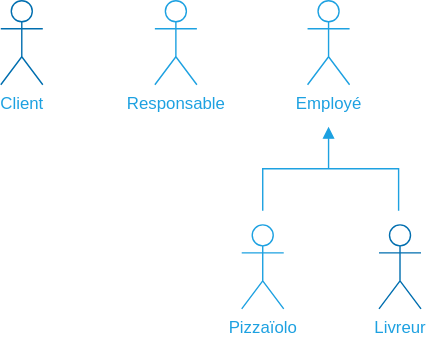
centvingt/OCPizzaRedaction keeps this draw.io diagram as img/figure_system-actors.svg. Above is the earlier version. Source tidied: cells renumbered, new cells last; positions are measured from the earlier drawing's top-left corner, leaving out a move shared by most shapes.
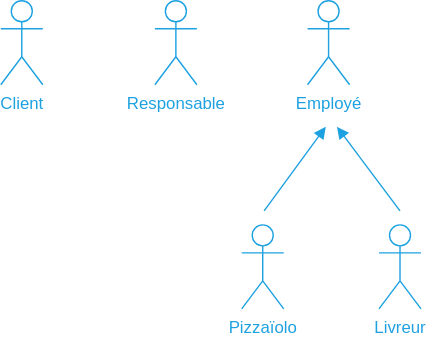
After the change.

What changed in the source:
```diff
@@ -2,39 +2,29 @@
   <root>
     <mxCell id="0" />
     <mxCell id="1" value="Application" parent="0" />
-    <mxCell id="2" value="&lt;font color=&quot;#1da1e1&quot;&gt;Client&lt;/font&gt;" style="shape=umlActor;verticalLabelPosition=bottom;verticalAlign=top;html=1;strokeColor=#006EAF;fontColor=#ffffff;fillColor=none;" parent="1" vertex="1">
+    <mxCell id="2" value="&lt;font color=&quot;#1da1e1&quot;&gt;Client&lt;/font&gt;" style="shape=umlActor;verticalLabelPosition=bottom;verticalAlign=top;html=1;fontColor=#ffffff;fillColor=none;strokeColor=#1DA1E1;" parent="1" vertex="1">
       <mxGeometry width="30" height="60" as="geometry" />
     </mxCell>
-    <mxCell id="3" style="group;" parent="1" vertex="1">
-      <mxGeometry x="187" width="97" height="120" as="geometry" />
-    </mxCell>
-    <mxCell id="4" value="&lt;font color=&quot;#1da1e1&quot;&gt;Employé&lt;/font&gt;" style="shape=umlActor;verticalLabelPosition=bottom;verticalAlign=top;html=1;strokeColor=#1DA1E1;fillColor=none;" parent="3" vertex="1">
-      <mxGeometry x="32" width="30" height="60" as="geometry" />
+    <mxCell id="4" value="&lt;font color=&quot;#1da1e1&quot;&gt;Employé&lt;/font&gt;" style="shape=umlActor;verticalLabelPosition=bottom;verticalAlign=top;html=1;strokeColor=#1DA1E1;fillColor=none;" parent="1" vertex="1">
+      <mxGeometry x="219" width="30" height="60" as="geometry" />
     </mxCell>
+    <mxCell id="7" style="endArrow=block;html=1;endFill=1;rounded=0;strokeColor=#1DA1E1;" parent="1" edge="1">
+      <mxGeometry x="195" y="10" as="geometry">
+        <mxPoint x="188" y="150" as="sourcePoint" />
+        <mxPoint x="232" y="90" as="targetPoint" />
+      </mxGeometry>
+    </mxCell>
-    <mxCell id="5" style="group;" parent="3" vertex="1">
-      <mxGeometry y="90" width="97" height="30" as="geometry" />
+    <mxCell id="5" style="endArrow=block;html=1;endFill=1;rounded=0;strokeColor=#1DA1E1;" parent="1" edge="1">
+      <mxGeometry x="292" y="10" as="geometry">
+        <mxPoint x="285" y="150" as="sourcePoint" />
+        <mxPoint x="240" y="90" as="targetPoint" />
+      </mxGeometry>
     </mxCell>
-    <mxCell id="6" style="endArrow=none;html=1;endFill=0;rounded=0;strokeColor=#1DA1E1;" parent="5" edge="1">
-      <mxGeometry y="-90" as="geometry">
-        <mxPoint y="60" as="sourcePoint" />
-        <mxPoint x="97" y="60" as="targetPoint" />
-        <Array as="points">
-          <mxPoint y="30" />
-          <mxPoint x="97" y="30" />
-        </Array>
-      </mxGeometry>
-    </mxCell>
-    <mxCell id="7" style="endArrow=block;html=1;endFill=1;rounded=0;strokeColor=#1DA1E1;" parent="5" edge="1">
-      <mxGeometry y="-90" as="geometry">
-        <mxPoint x="47" y="30" as="sourcePoint" />
-        <mxPoint x="47" as="targetPoint" />
-      </mxGeometry>
-    </mxCell>
     <mxCell id="8" value="Acteurs et actions" parent="0" />
     <mxCell id="9" value="&lt;font color=&quot;#1da1e1&quot;&gt;Pizzaïolo&lt;/font&gt;" style="shape=umlActor;verticalLabelPosition=bottom;verticalAlign=top;html=1;strokeColor=#1DA1E1;fillColor=none;" parent="8" vertex="1">
       <mxGeometry x="172" y="160" width="30" height="60" as="geometry" />
     </mxCell>
-    <mxCell id="10" value="&lt;font color=&quot;#1da1e1&quot;&gt;Livreur&lt;/font&gt;" style="shape=umlActor;verticalLabelPosition=bottom;verticalAlign=top;html=1;strokeColor=#006EAF;fontColor=#ffffff;fillColor=none;rotation=0;direction=east;" parent="8" vertex="1">
+    <mxCell id="10" value="&lt;font color=&quot;#1da1e1&quot;&gt;Livreur&lt;/font&gt;" style="shape=umlActor;verticalLabelPosition=bottom;verticalAlign=top;html=1;fontColor=#ffffff;fillColor=none;rotation=0;direction=east;strokeColor=#1DA1E1;" parent="8" vertex="1">
       <mxGeometry x="270" y="160" width="30" height="60" as="geometry" />
     </mxCell>
     <mxCell id="11" value="&lt;font color=&quot;#1da1e1&quot;&gt;Responsable&lt;br&gt;&lt;/font&gt;" style="shape=umlActor;verticalLabelPosition=bottom;verticalAlign=top;html=1;strokeColor=#1DA1E1;fillColor=none;" parent="8" vertex="1">
```
